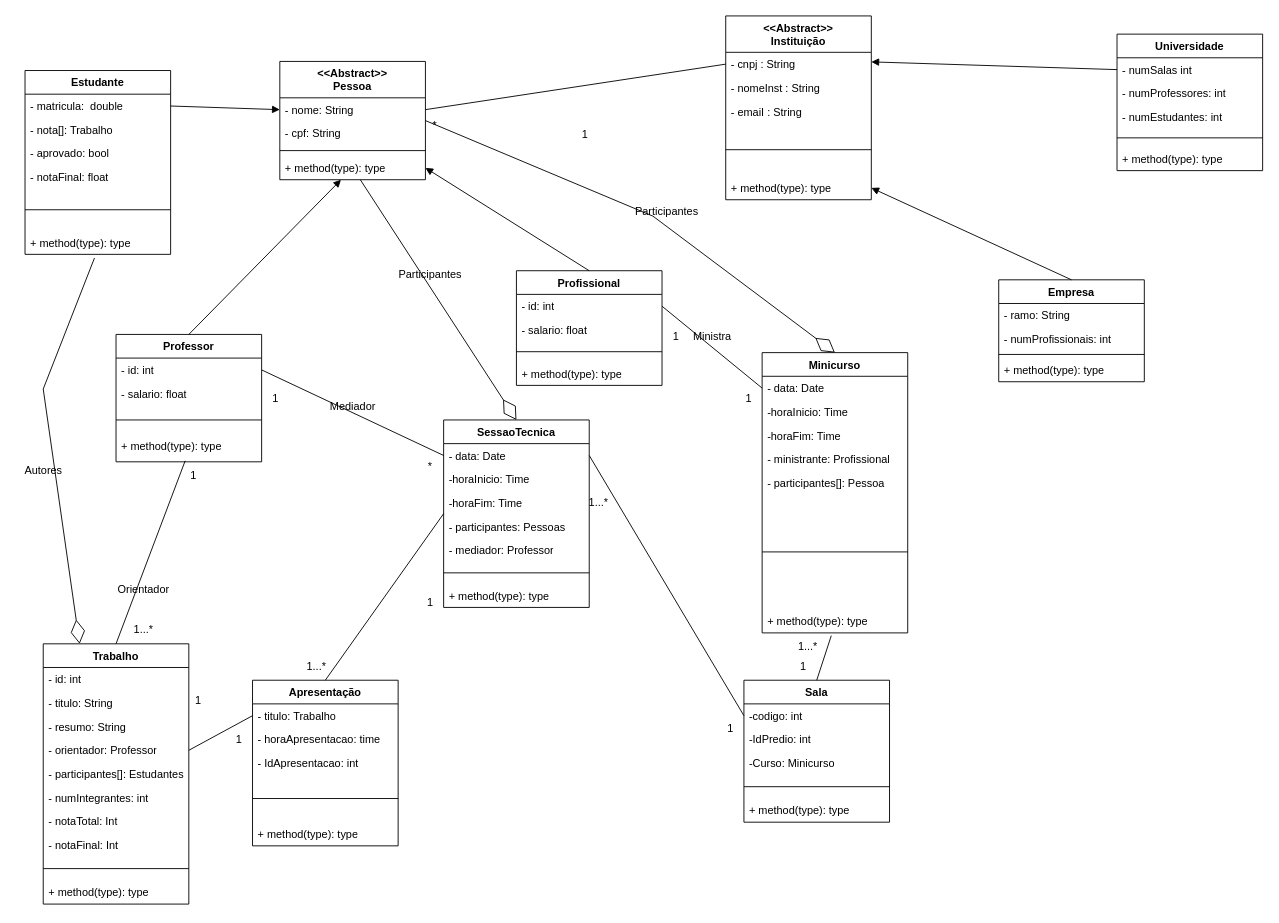
The draw.io diagram trabalho-pm/Trabalho-pm/Untitled Diagram.drawio in ALfLuisV/Trabalho-Pm, before the edit. Source tidied: cells renumbered, new cells numbered last; positions are measured from the earlier drawing's top-left corner, leaving out a move shared by most shapes. Both pictures are drawn from the tidied source at 91%, with x=0, y=0 at pixel (15, 15).
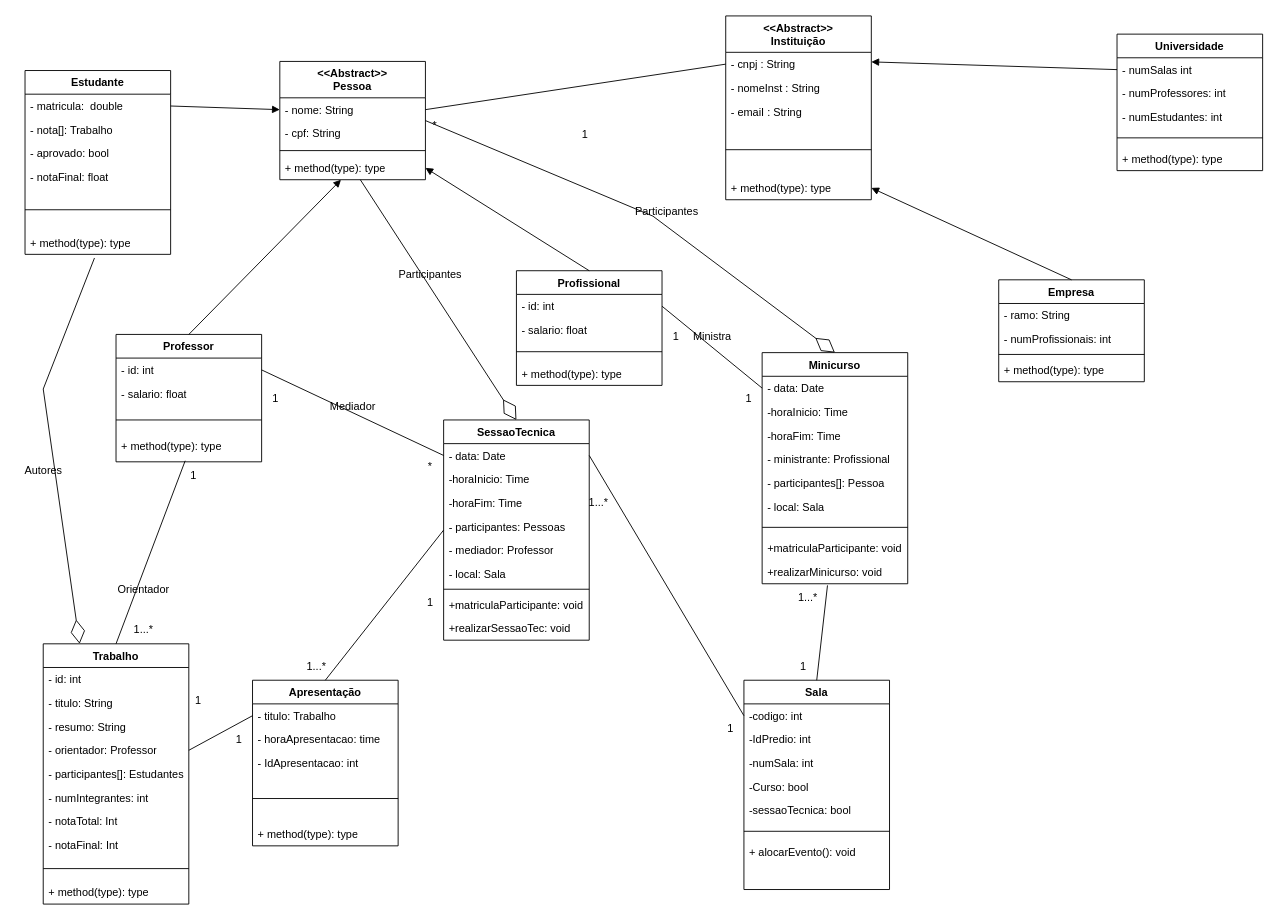
After the change.

What changed in the source:
```diff
@@
     <mxCell id="23" value="Minicurso" style="swimlane;fontStyle=1;align=center;verticalAlign=top;horizontal=1;startSize=26;whiteSpace=wrap;html=1;" parent="1" vertex="1">
-      <mxGeometry x="820" y="370" width="160" height="308" as="geometry" />
+      <mxGeometry x="820" y="370" width="160" height="254" as="geometry" />
     </mxCell>
@@
+    <mxCell id="118" value="- local: Sala" style="text;strokeColor=none;fillColor=none;align=left;verticalAlign=top;spacingLeft=4;spacingRight=4;overflow=hidden;whiteSpace=wrap;html=1;" parent="23" vertex="1">
+      <mxGeometry y="156" width="160" height="26" as="geometry" />
+    </mxCell>
     <mxCell id="29" style="line;strokeWidth=1;fillColor=none;align=left;verticalAlign=middle;spacingTop=-1;spacingLeft=3;spacingRight=3;labelPosition=right;strokeColor=inherit;" parent="23" vertex="1">
-      <mxGeometry y="156" width="160" height="126" as="geometry" />
+      <mxGeometry y="182" width="160" height="20" as="geometry" />
     </mxCell>
-    <mxCell id="30" value="+ method(type): type" style="text;strokeColor=none;fillColor=none;align=left;verticalAlign=top;spacingLeft=4;spacingRight=4;overflow=hidden;points=[[0,0.5],[1,0.5]];portConstraint=eastwest;whiteSpace=wrap;html=1;" parent="23" vertex="1">
-      <mxGeometry y="282" width="160" height="26" as="geometry" />
+    <mxCell id="30" value="+matriculaParticipante: void" style="text;strokeColor=none;fillColor=none;align=left;verticalAlign=top;spacingLeft=4;spacingRight=4;overflow=hidden;points=[[0,0.5],[1,0.5]];portConstraint=eastwest;whiteSpace=wrap;html=1;" parent="23" vertex="1">
+      <mxGeometry y="202" width="160" height="26" as="geometry" />
     </mxCell>
+    <mxCell id="119" value="+realizarMinicurso: void" style="text;strokeColor=none;fillColor=none;align=left;verticalAlign=top;spacingLeft=4;spacingRight=4;overflow=hidden;points=[[0,0.5],[1,0.5]];portConstraint=eastwest;whiteSpace=wrap;html=1;" parent="23" vertex="1">
+      <mxGeometry y="228" width="160" height="26" as="geometry" />
+    </mxCell>
     <mxCell id="31" value="Sala" style="swimlane;fontStyle=1;align=center;verticalAlign=top;horizontal=1;startSize=26;whiteSpace=wrap;html=1;" parent="1" vertex="1">
-      <mxGeometry x="800" y="730" width="160" height="156" as="geometry" />
+      <mxGeometry x="800" y="730" width="160" height="230" as="geometry" />
     </mxCell>
@@
+    <mxCell id="120" value="-numSala: int" style="text;strokeColor=none;fillColor=none;align=left;verticalAlign=top;spacingLeft=4;spacingRight=4;overflow=hidden;whiteSpace=wrap;html=1;" parent="31" vertex="1">
+      <mxGeometry y="78" width="160" height="26" as="geometry" />
+    </mxCell>
-    <mxCell id="34" value="-Curso: Minicurso" style="text;strokeColor=none;fillColor=none;align=left;verticalAlign=top;spacingLeft=4;spacingRight=4;overflow=hidden;whiteSpace=wrap;html=1;" parent="31" vertex="1">
-      <mxGeometry y="78" width="160" height="26" as="geometry" />
+    <mxCell id="34" value="-Curso: bool" style="text;strokeColor=none;fillColor=none;align=left;verticalAlign=top;spacingLeft=4;spacingRight=4;overflow=hidden;whiteSpace=wrap;html=1;" parent="31" vertex="1">
+      <mxGeometry y="104" width="160" height="26" as="geometry" />
     </mxCell>
+    <mxCell id="121" value="-sessaoTecnica: bool" style="text;strokeColor=none;fillColor=none;align=left;verticalAlign=top;spacingLeft=4;spacingRight=4;overflow=hidden;whiteSpace=wrap;html=1;" parent="31" vertex="1">
+      <mxGeometry y="130" width="160" height="26" as="geometry" />
+    </mxCell>
     <mxCell id="35" style="line;strokeWidth=1;fillColor=none;align=left;verticalAlign=middle;spacingTop=-1;spacingLeft=3;spacingRight=3;labelPosition=right;strokeColor=inherit;" parent="31" vertex="1">
-      <mxGeometry y="104" width="160" height="26" as="geometry" />
+      <mxGeometry y="156" width="160" height="20" as="geometry" />
     </mxCell>
-    <mxCell id="36" value="+ method(type): type" style="text;strokeColor=none;fillColor=none;align=left;verticalAlign=top;spacingLeft=4;spacingRight=4;overflow=hidden;whiteSpace=wrap;html=1;" parent="31" vertex="1">
-      <mxGeometry y="130" width="160" height="26" as="geometry" />
+    <mxCell id="36" value="+ alocarEvento(): void" style="text;strokeColor=none;fillColor=none;align=left;verticalAlign=top;spacingLeft=4;spacingRight=4;overflow=hidden;whiteSpace=wrap;html=1;" parent="31" vertex="1">
+      <mxGeometry y="176" width="160" height="54" as="geometry" />
     </mxCell>
@@
     <mxCell id="72" value="SessaoTecnica" style="swimlane;fontStyle=1;align=center;verticalAlign=top;horizontal=1;startSize=26;whiteSpace=wrap;html=1;" parent="1" vertex="1">
-      <mxGeometry x="470" y="444" width="160" height="206" as="geometry" />
+      <mxGeometry x="470" y="444" width="160" height="242" as="geometry" />
     </mxCell>
@@
+    <mxCell id="122" value="- local: Sala" style="text;strokeColor=none;fillColor=none;align=left;verticalAlign=top;spacingLeft=4;spacingRight=4;overflow=hidden;whiteSpace=wrap;html=1;" parent="72" vertex="1">
+      <mxGeometry y="156" width="160" height="26" as="geometry" />
+    </mxCell>
     <mxCell id="78" style="line;strokeWidth=1;fillColor=none;align=left;verticalAlign=middle;spacingTop=-1;spacingLeft=3;spacingRight=3;labelPosition=right;strokeColor=inherit;" parent="72" vertex="1">
-      <mxGeometry y="156" width="160" height="24" as="geometry" />
+      <mxGeometry y="182" width="160" height="8" as="geometry" />
     </mxCell>
+    <mxCell id="123" value="+matriculaParticipante: void" style="text;strokeColor=none;fillColor=none;align=left;verticalAlign=top;spacingLeft=4;spacingRight=4;overflow=hidden;whiteSpace=wrap;html=1;" parent="72" vertex="1">
+      <mxGeometry y="190" width="160" height="26" as="geometry" />
+    </mxCell>
-    <mxCell id="79" value="+ method(type): type" style="text;strokeColor=none;fillColor=none;align=left;verticalAlign=top;spacingLeft=4;spacingRight=4;overflow=hidden;whiteSpace=wrap;html=1;" parent="72" vertex="1">
-      <mxGeometry y="180" width="160" height="26" as="geometry" />
+    <mxCell id="79" value="+realizarSessaoTec: void" style="text;strokeColor=none;fillColor=none;align=left;verticalAlign=top;spacingLeft=4;spacingRight=4;overflow=hidden;whiteSpace=wrap;html=1;" parent="72" vertex="1">
+      <mxGeometry y="216" width="160" height="26" as="geometry" />
     </mxCell>
@@
-    <mxCell id="88" style="endArrow=none;html=1;rounded=0;exitX=0.475;exitY=1.115;exitDx=0;exitDy=0;entryX=0.5;entryY=0;entryDx=0;entryDy=0;exitPerimeter=0;" parent="1" edge="1" source="30" target="31">
+    <mxCell id="88" style="endArrow=none;html=1;rounded=0;exitX=0.449;exitY=1.068;exitDx=0;exitDy=0;entryX=0.5;entryY=0;entryDx=0;entryDy=0;exitPerimeter=0;" parent="1" edge="1" source="119" target="31">
       <mxGeometry relative="1" as="geometry" />
     </mxCell>
@@
     <mxCell id="109" value="1...*" style="text;html=1;align=center;verticalAlign=middle;strokeColor=none;fillColor=none;" parent="1" vertex="1">
-      <mxGeometry x="850" y="678" width="40" height="30" as="geometry" />
+      <mxGeometry x="850" y="624" width="40" height="30" as="geometry" />
     </mxCell>
```
